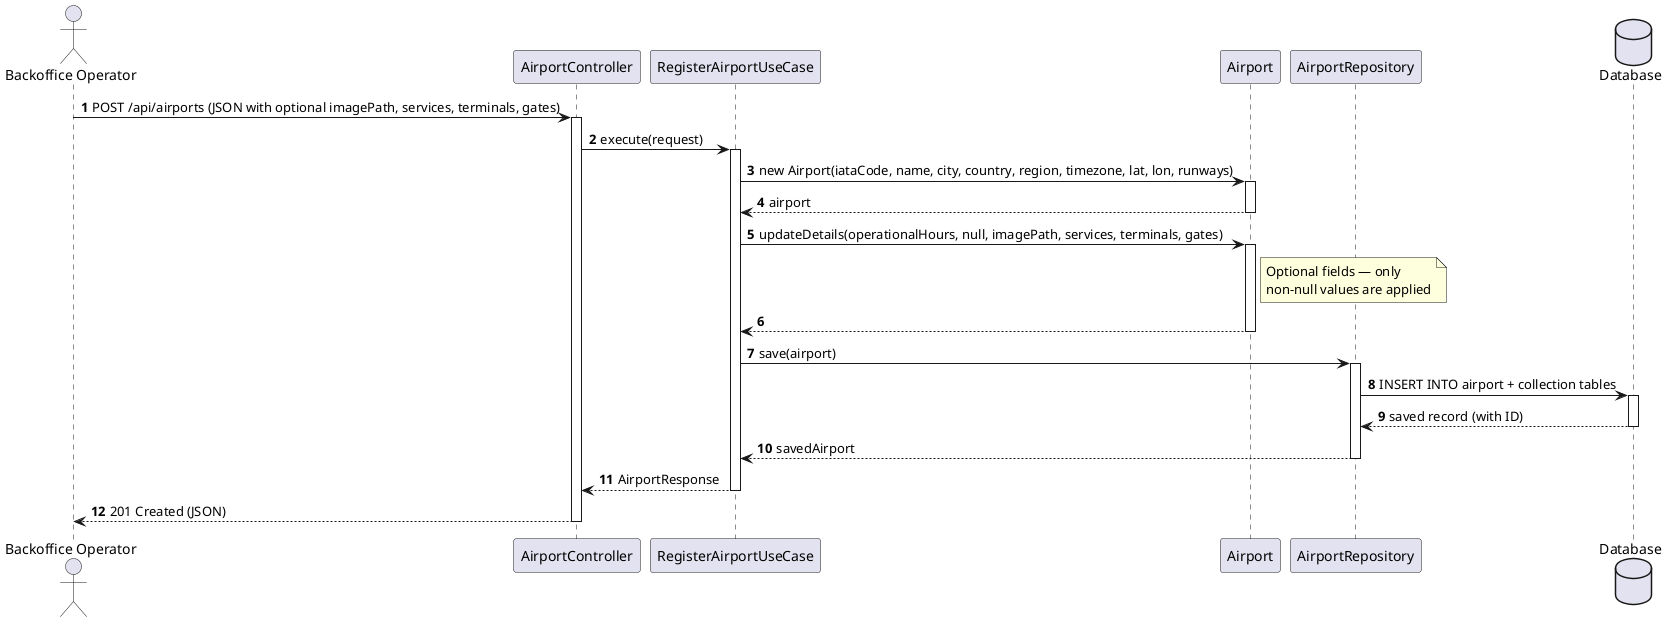
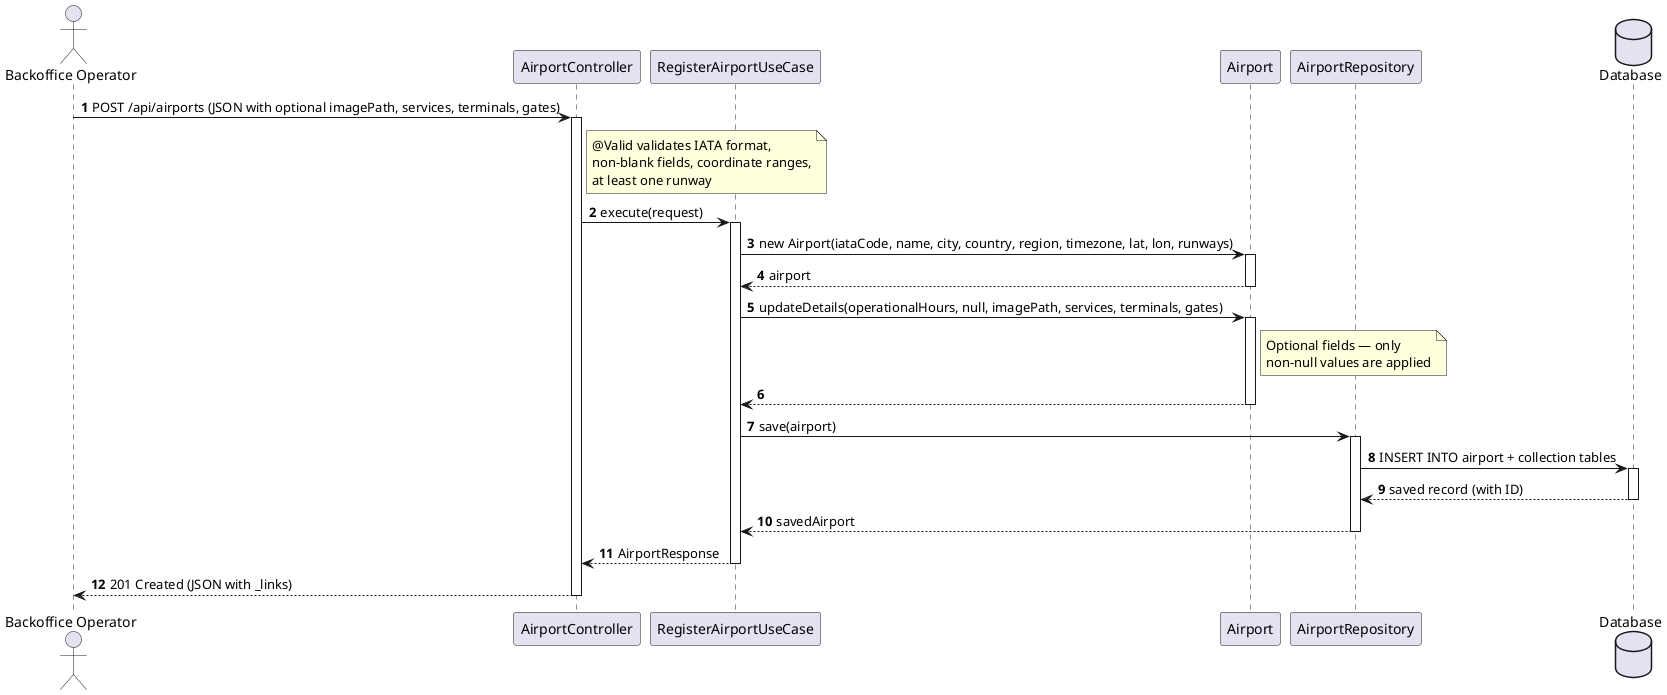
@startuml
autonumber
actor "Backoffice Operator" as BO
participant "AirportController" as Ctrl
participant "RegisterAirportUseCase" as UC
participant "Airport" as Entity
participant "AirportRepository" as Repo
database "Database" as DB

BO -> Ctrl : POST /api/airports (JSON with optional imagePath, services, terminals, gates)
activate Ctrl
+ 
+ note right of Ctrl : @Valid validates IATA format,\nnon-blank fields, coordinate ranges,\nat least one runway

Ctrl -> UC : execute(request)
activate UC

UC -> Entity : new Airport(iataCode, name, city, country, region, timezone, lat, lon, runways)
activate Entity
Entity --> UC : airport
deactivate Entity

UC -> Entity : updateDetails(operationalHours, null, imagePath, services, terminals, gates)
activate Entity
note right of Entity : Optional fields — only\nnon-null values are applied
Entity --> UC
deactivate Entity

UC -> Repo : save(airport)
activate Repo
Repo -> DB : INSERT INTO airport + collection tables
activate DB
DB --> Repo : saved record (with ID)
deactivate DB
Repo --> UC : savedAirport
deactivate Repo

UC --> Ctrl : AirportResponse
deactivate UC

- Ctrl --> BO : 201 Created (JSON)
+ Ctrl --> BO : 201 Created (JSON with _links)
deactivate Ctrl
@enduml
